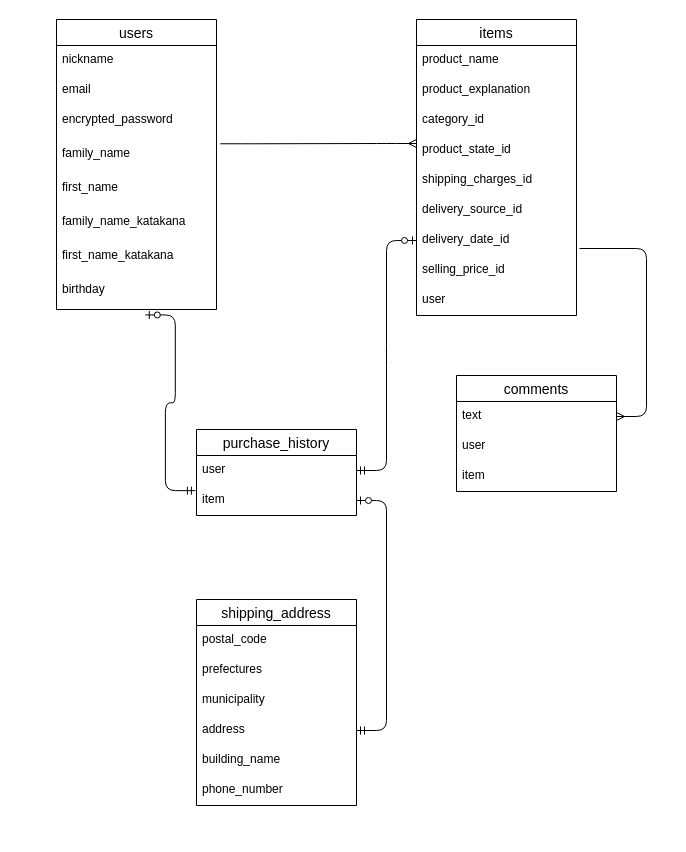
This is test.dio from kuniterukbo/furima-32573, a draw.io file, before an edit. Source tidied: cells renumbered, new cells numbered last; positions are measured from the earlier drawing's top-left corner, leaving out a move shared by most shapes. Both pictures are drawn from the tidied source at 100%, with x=0, y=0 at pixel (56, 19).
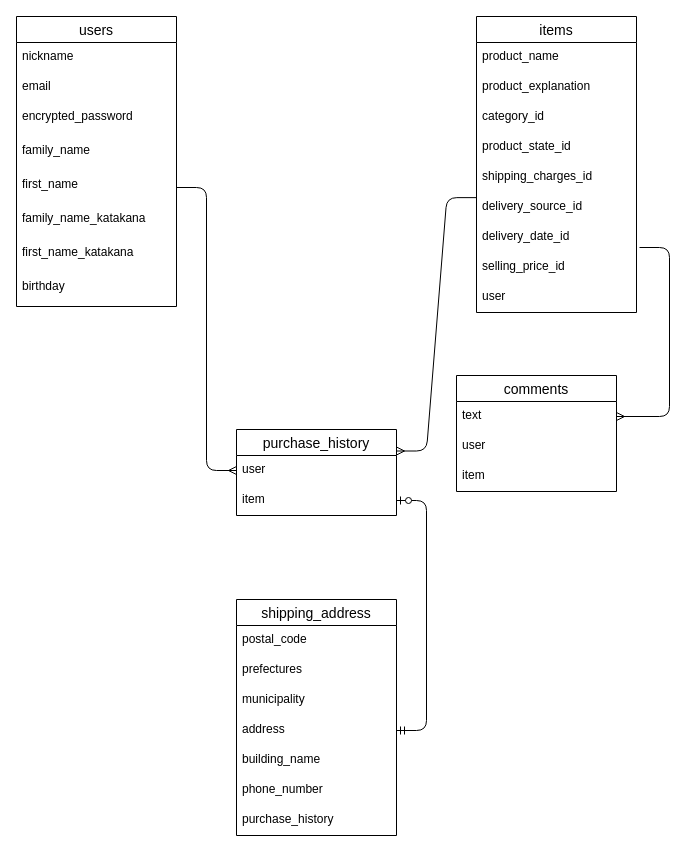
After the change.

Unchanged cells that the change refers to:
```xml
<mxCell id="6" value="family_name " style="text;strokeColor=none;fillColor=none;spacingLeft=4;spacingRight=4;overflow=hidden;points=[[0,0.5],[1,0.5]];portConstraint=eastwest;fontSize=12;" parent="2" vertex="1">
  <mxGeometry y="120" width="160" height="34" as="geometry" />
</mxCell>
<mxCell id="7" value="first_name" style="text;strokeColor=none;fillColor=none;spacingLeft=4;spacingRight=4;overflow=hidden;points=[[0,0.5],[1,0.5]];portConstraint=eastwest;fontSize=12;" parent="2" vertex="1">
  <mxGeometry y="154" width="160" height="34" as="geometry" />
</mxCell>
<mxCell id="10" value="birthday" style="text;strokeColor=none;fillColor=none;spacingLeft=4;spacingRight=4;overflow=hidden;points=[[0,0.5],[1,0.5]];portConstraint=eastwest;fontSize=12;" parent="2" vertex="1">
  <mxGeometry y="256" width="160" height="34" as="geometry" />
</mxCell>
<mxCell id="17" value="delivery_source_id" style="text;strokeColor=none;fillColor=none;spacingLeft=4;spacingRight=4;overflow=hidden;points=[[0,0.5],[1,0.5]];portConstraint=eastwest;fontSize=12;" parent="11" vertex="1">
  <mxGeometry y="176" width="160" height="30" as="geometry" />
</mxCell>
<mxCell id="22" value="user" style="text;strokeColor=none;fillColor=none;spacingLeft=4;spacingRight=4;overflow=hidden;points=[[0,0.5],[1,0.5]];portConstraint=eastwest;fontSize=12;" parent="21" vertex="1">
  <mxGeometry y="26" width="160" height="30" as="geometry" />
</mxCell>
<mxCell id="23" value="item" style="text;strokeColor=none;fillColor=none;spacingLeft=4;spacingRight=4;overflow=hidden;points=[[0,0.5],[1,0.5]];portConstraint=eastwest;fontSize=12;" parent="21" vertex="1">
  <mxGeometry y="56" width="160" height="30" as="geometry" />
</mxCell>
<mxCell id="35" value="text" style="text;strokeColor=none;fillColor=none;spacingLeft=4;spacingRight=4;overflow=hidden;points=[[0,0.5],[1,0.5]];portConstraint=eastwest;fontSize=12;" parent="34" vertex="1">
  <mxGeometry y="26" width="160" height="30" as="geometry" />
</mxCell>
```

The edit, as a diff of the source:
```diff
@@
     <mxCell id="2" value="users" style="swimlane;fontStyle=0;horizontal=1;startSize=26;align=center;fontSize=14;" parent="1" vertex="1">
-      <mxGeometry width="160" height="290" as="geometry" />
+      <mxGeometry x="-40" y="-3" width="160" height="290" as="geometry" />
     </mxCell>
@@
     <mxCell id="11" value="items" style="swimlane;fontStyle=0;horizontal=1;startSize=26;align=center;fontSize=14;" parent="1" vertex="1">
-      <mxGeometry x="360" width="160" height="296" as="geometry" />
+      <mxGeometry x="420" y="-3" width="160" height="296" as="geometry" />
     </mxCell>
@@
     <mxCell id="21" value="purchase_history" style="swimlane;fontStyle=0;horizontal=1;startSize=26;align=center;fontSize=14;" parent="1" vertex="1">
-      <mxGeometry x="140" y="410" width="160" height="86" as="geometry" />
+      <mxGeometry x="180" y="410" width="160" height="86" as="geometry" />
     </mxCell>
@@
     <mxCell id="24" value="shipping_address" style="swimlane;fontStyle=0;horizontal=1;startSize=26;align=center;fontSize=14;" parent="1" vertex="1">
-      <mxGeometry x="140" y="580" width="160" height="206" as="geometry" />
+      <mxGeometry x="180" y="580" width="160" height="236" as="geometry" />
     </mxCell>
@@
-    <mxCell id="31" style="edgeStyle=entityRelationEdgeStyle;fontSize=12;html=1;endArrow=ERmany;exitX=1.024;exitY=0.126;exitDx=0;exitDy=0;exitPerimeter=0;" parent="1" edge="1" source="6">
-      <mxGeometry relative="1" as="geometry">
-        <mxPoint x="360" y="124" as="targetPoint" />
-      </mxGeometry>
-    </mxCell>
-    <mxCell id="32" style="edgeStyle=entityRelationEdgeStyle;fontSize=12;html=1;endArrow=ERzeroToOne;startArrow=ERmandOne;exitX=1;exitY=0.5;exitDx=0;exitDy=0;" parent="1" edge="1" source="22">
-      <mxGeometry relative="1" as="geometry">
-        <mxPoint x="360" y="221" as="targetPoint" />
-      </mxGeometry>
-    </mxCell>
+    <mxCell id="40" value="purchase_history" style="text;strokeColor=none;fillColor=none;spacingLeft=4;spacingRight=4;overflow=hidden;fontSize=12;" parent="24" vertex="1">
+      <mxGeometry y="206" width="160" height="30" as="geometry" />
+    </mxCell>
@@
     <mxCell id="38" style="edgeStyle=entityRelationEdgeStyle;fontSize=12;html=1;endArrow=ERmany;" parent="1" edge="1" target="35">
       <mxGeometry relative="1" as="geometry">
-        <mxPoint x="523" y="229" as="sourcePoint" />
+        <mxPoint x="583" y="228" as="sourcePoint" />
       </mxGeometry>
     </mxCell>
-    <mxCell id="39" style="edgeStyle=entityRelationEdgeStyle;fontSize=12;html=1;endArrow=ERzeroToOne;startArrow=ERmandOne;entryX=0.555;entryY=1.16;entryDx=0;entryDy=0;entryPerimeter=0;exitX=-0.007;exitY=0.171;exitDx=0;exitDy=0;exitPerimeter=0;" parent="1" edge="1" source="23" target="10">
-      <mxGeometry relative="1" as="geometry" />
-    </mxCell>
+    <mxCell id="41" style="edgeStyle=entityRelationEdgeStyle;fontSize=12;html=1;endArrow=ERmany;entryX=1;entryY=0.25;entryDx=0;entryDy=0;exitX=0.002;exitY=0.171;exitDx=0;exitDy=0;exitPerimeter=0;" parent="1" edge="1" source="17" target="21">
+      <mxGeometry relative="1" as="geometry" />
+    </mxCell>
+    <mxCell id="42" style="edgeStyle=entityRelationEdgeStyle;fontSize=12;html=1;endArrow=ERmany;entryX=0;entryY=0.5;entryDx=0;entryDy=0;exitX=1;exitY=0.5;exitDx=0;exitDy=0;" parent="1" edge="1" source="7" target="22">
+      <mxGeometry relative="1" as="geometry" />
+    </mxCell>
```
